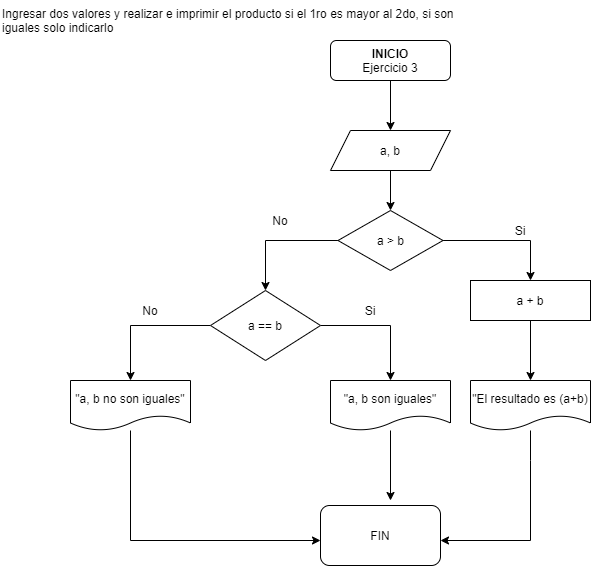
Above: Diagrams/ProgramacionEstructurada_EJ2_3.png in camilaqnz/C-Programming-Language (draw.io), before the change. Source tidied: cells renumbered, new cells last; positions are measured from the earlier drawing's top-left corner, leaving out a move shared by most shapes. Its diagram source:
```xml
<mxGraphModel>
  <root>
    <mxCell id="0" />
    <mxCell id="1" parent="0" />
    <mxCell id="2" value="Ingresar dos valores y realizar e imprimir el producto si el 1ro es mayor al 2do, si son &#10;iguales solo indicarlo" style="text;whiteSpace=wrap;html=1;" parent="1" vertex="1">
      <mxGeometry width="480" height="40" as="geometry" />
    </mxCell>
    <mxCell id="3" style="edgeStyle=orthogonalEdgeStyle;rounded=0;jettySize=auto;html=1;" parent="1" edge="1" source="4">
      <mxGeometry relative="1" as="geometry">
        <mxPoint x="390" y="130" as="targetPoint" />
      </mxGeometry>
    </mxCell>
    <mxCell id="4" value="&lt;b&gt;INICIO&lt;/b&gt;&lt;br&gt;Ejercicio 3" style="rounded=1;whiteSpace=wrap;html=1;" parent="1" vertex="1">
      <mxGeometry x="330" y="40" width="120" height="40" as="geometry" />
    </mxCell>
    <mxCell id="5" style="edgeStyle=orthogonalEdgeStyle;rounded=0;jettySize=auto;html=1;exitX=0.5;exitY=1;exitDx=0;exitDy=0;" parent="1" edge="1" source="6" target="9">
      <mxGeometry relative="1" as="geometry" />
    </mxCell>
    <mxCell id="6" value="a, b" style="shape=parallelogram;perimeter=parallelogramPerimeter;whiteSpace=wrap;html=1;fixedSize=1;" parent="1" vertex="1">
      <mxGeometry x="330" y="130" width="120" height="40" as="geometry" />
    </mxCell>
    <mxCell id="7" style="edgeStyle=orthogonalEdgeStyle;rounded=0;jettySize=auto;html=1;" parent="1" edge="1" source="9" target="11">
      <mxGeometry relative="1" as="geometry" />
    </mxCell>
    <mxCell id="8" style="edgeStyle=orthogonalEdgeStyle;rounded=0;jettySize=auto;html=1;" parent="1" edge="1" source="9" target="14">
      <mxGeometry relative="1" as="geometry" />
    </mxCell>
    <mxCell id="9" value="a &amp;gt; b" style="rhombus;whiteSpace=wrap;html=1;" parent="1" vertex="1">
      <mxGeometry x="337.5" y="210" width="105" height="60" as="geometry" />
    </mxCell>
    <mxCell id="10" style="edgeStyle=orthogonalEdgeStyle;rounded=0;jettySize=auto;html=1;" parent="1" edge="1" source="11" target="20">
      <mxGeometry relative="1" as="geometry" />
    </mxCell>
    <mxCell id="11" value="a + b" style="rounded=0;whiteSpace=wrap;html=1;" parent="1" vertex="1">
      <mxGeometry x="470" y="280" width="120" height="40" as="geometry" />
    </mxCell>
    <mxCell id="12" style="edgeStyle=orthogonalEdgeStyle;rounded=0;jettySize=auto;html=1;entryX=0.5;entryY=0;entryDx=0;entryDy=0;" parent="1" edge="1" source="14" target="16">
      <mxGeometry relative="1" as="geometry" />
    </mxCell>
    <mxCell id="13" style="edgeStyle=orthogonalEdgeStyle;rounded=0;jettySize=auto;html=1;" parent="1" edge="1" source="14" target="18">
      <mxGeometry relative="1" as="geometry" />
    </mxCell>
    <mxCell id="14" value="a == b" style="rhombus;whiteSpace=wrap;html=1;" parent="1" vertex="1">
      <mxGeometry x="210" y="290" width="110" height="70" as="geometry" />
    </mxCell>
    <mxCell id="15" style="edgeStyle=orthogonalEdgeStyle;rounded=0;jettySize=auto;html=1;" parent="1" edge="1" source="16" target="25">
      <mxGeometry relative="1" as="geometry">
        <Array as="points">
          <mxPoint x="130" y="540" />
        </Array>
      </mxGeometry>
    </mxCell>
    <mxCell id="16" value="&quot;a, b no son iguales&quot;" style="shape=document;whiteSpace=wrap;html=1;boundedLbl=1;" parent="1" vertex="1">
      <mxGeometry x="70" y="380" width="120" height="50" as="geometry" />
    </mxCell>
    <mxCell id="17" style="edgeStyle=orthogonalEdgeStyle;rounded=0;jettySize=auto;html=1;" parent="1" edge="1" source="18">
      <mxGeometry relative="1" as="geometry">
        <mxPoint x="390" y="500" as="targetPoint" />
      </mxGeometry>
    </mxCell>
    <mxCell id="18" value="&quot;a, b son iguales&quot;" style="shape=document;whiteSpace=wrap;html=1;boundedLbl=1;" parent="1" vertex="1">
      <mxGeometry x="330" y="380" width="120" height="50" as="geometry" />
    </mxCell>
    <mxCell id="19" style="edgeStyle=orthogonalEdgeStyle;rounded=0;jettySize=auto;html=1;" parent="1" edge="1" source="20">
      <mxGeometry relative="1" as="geometry">
        <mxPoint x="440" y="540" as="targetPoint" />
        <Array as="points">
          <mxPoint x="530" y="460" />
          <mxPoint x="530" y="460" />
        </Array>
      </mxGeometry>
    </mxCell>
    <mxCell id="20" value="&quot;El resultado es (a+b)" style="shape=document;whiteSpace=wrap;html=1;boundedLbl=1;" parent="1" vertex="1">
      <mxGeometry x="470" y="380" width="120" height="50" as="geometry" />
    </mxCell>
    <mxCell id="21" value="No" style="text;html=1;strokeColor=none;fillColor=none;align=center;verticalAlign=middle;whiteSpace=wrap;rounded=0;" parent="1" vertex="1">
      <mxGeometry x="260" y="210" width="40" height="20" as="geometry" />
    </mxCell>
    <mxCell id="22" value="No" style="text;html=1;strokeColor=none;fillColor=none;align=center;verticalAlign=middle;whiteSpace=wrap;rounded=0;" parent="1" vertex="1">
      <mxGeometry x="130" y="300" width="40" height="20" as="geometry" />
    </mxCell>
    <mxCell id="23" value="Si" style="text;html=1;strokeColor=none;fillColor=none;align=center;verticalAlign=middle;whiteSpace=wrap;rounded=0;" parent="1" vertex="1">
      <mxGeometry x="350" y="300" width="40" height="20" as="geometry" />
    </mxCell>
    <mxCell id="24" value="Si" style="text;html=1;strokeColor=none;fillColor=none;align=center;verticalAlign=middle;whiteSpace=wrap;rounded=0;" parent="1" vertex="1">
      <mxGeometry x="500" y="220" width="40" height="20" as="geometry" />
    </mxCell>
    <mxCell id="25" value="FIN" style="rounded=1;whiteSpace=wrap;html=1;" parent="1" vertex="1">
      <mxGeometry x="320" y="505" width="120" height="60" as="geometry" />
    </mxCell>
  </root>
</mxGraphModel>
```
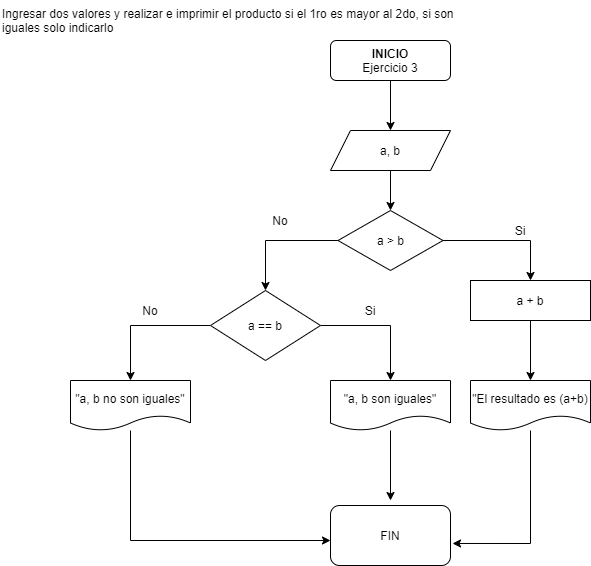
After the change.

Change to the diagram source:
```diff
@@ -61,12 +61,10 @@
     <mxCell id="18" value="&quot;a, b son iguales&quot;" style="shape=document;whiteSpace=wrap;html=1;boundedLbl=1;" parent="1" vertex="1">
       <mxGeometry x="330" y="380" width="120" height="50" as="geometry" />
     </mxCell>
-    <mxCell id="19" style="edgeStyle=orthogonalEdgeStyle;rounded=0;jettySize=auto;html=1;" parent="1" edge="1" source="20">
+    <mxCell id="19" style="edgeStyle=orthogonalEdgeStyle;rounded=0;jettySize=auto;html=1;entryX=1.017;entryY=0.633;entryDx=0;entryDy=0;entryPerimeter=0;" parent="1" edge="1" source="20" target="25">
       <mxGeometry relative="1" as="geometry">
-        <mxPoint x="440" y="540" as="targetPoint" />
         <Array as="points">
-          <mxPoint x="530" y="460" />
-          <mxPoint x="530" y="460" />
+          <mxPoint x="530" y="543" />
         </Array>
       </mxGeometry>
     </mxCell>
@@ -86,7 +84,7 @@
       <mxGeometry x="500" y="220" width="40" height="20" as="geometry" />
     </mxCell>
     <mxCell id="25" value="FIN" style="rounded=1;whiteSpace=wrap;html=1;" parent="1" vertex="1">
-      <mxGeometry x="320" y="505" width="120" height="60" as="geometry" />
+      <mxGeometry x="330" y="505" width="120" height="60" as="geometry" />
     </mxCell>
   </root>
 </mxGraphModel>
```
